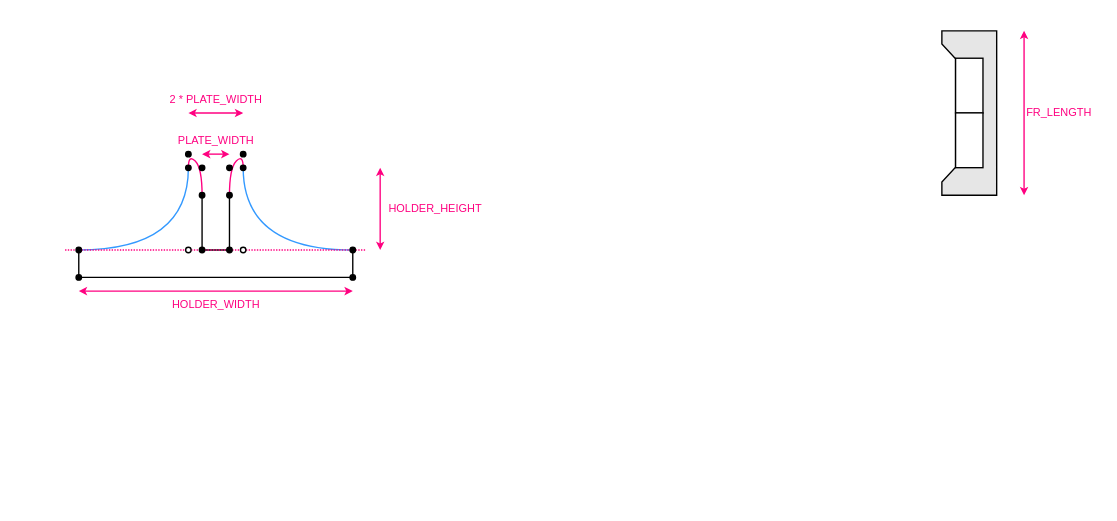
boytchev/viu keeps this draw.io diagram as model-cross/diagrams/design.drawio. Above is the earlier version. Source tidied: cells renumbered, new cells numbered last; positions are measured from the earlier drawing's top-left corner, leaving out a move shared by most shapes. Both pictures are drawn from the tidied source at 137%, with x=0, y=0 at pixel (64, 30).
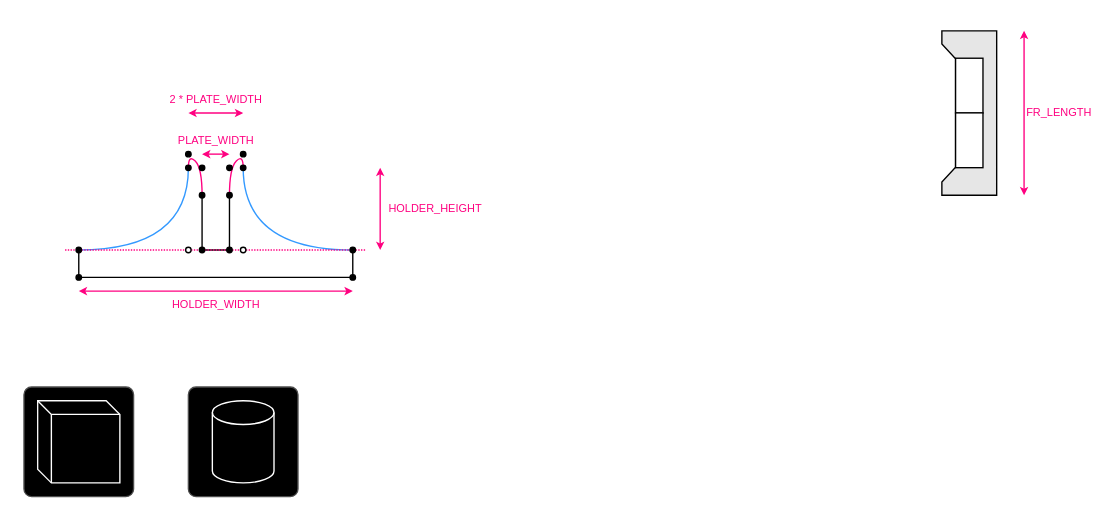
The same page after the edit.

Change to the diagram source:
```diff
@@
+    <mxCell id="33" style="rounded=1;whiteSpace=wrap;html=1;arcSize=7;fillColor=#000000;strokeColor=#4D4D4D;" parent="1" vertex="1">
+      <mxGeometry x="-30" y="260" width="80" height="80" as="geometry" />
+    </mxCell>
+    <mxCell id="34" style="shape=cube;whiteSpace=wrap;html=1;boundedLbl=1;backgroundOutline=1;darkOpacity=0.05;darkOpacity2=0.1;size=10;fillColor=none;strokeColor=#FFFFFF;" parent="1" vertex="1">
+      <mxGeometry x="-20" y="270" width="60" height="60" as="geometry" />
+    </mxCell>
+    <mxCell id="35" style="rounded=1;whiteSpace=wrap;html=1;arcSize=7;fillColor=#000000;strokeColor=#4D4D4D;" parent="1" vertex="1">
+      <mxGeometry x="90" y="260" width="80" height="80" as="geometry" />
+    </mxCell>
+    <mxCell id="36" style="shape=cylinder3;whiteSpace=wrap;html=1;boundedLbl=1;backgroundOutline=1;size=8.666646321614508;strokeColor=#FFFFFF;fillColor=none;" parent="1" vertex="1">
+      <mxGeometry x="107.5" y="270" width="45" height="60" as="geometry" />
+    </mxCell>
```
